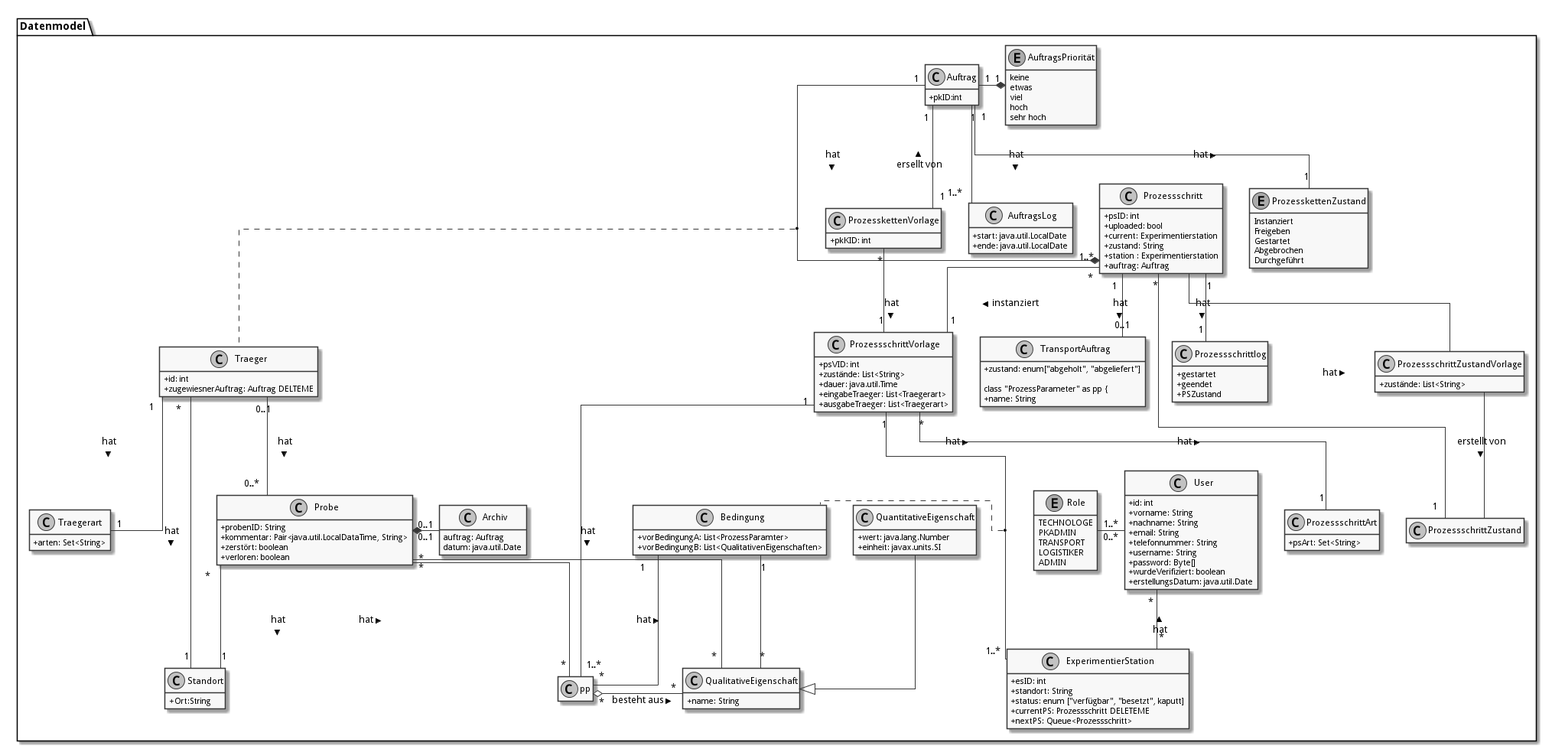
fkehlenb/softwareprojekt-2 keeps this PlantUML diagram as doc/UML/datenModel.png. Above is the earlier version. Source of this version:
```plantuml
@startuml
skinparam monochrome true
skinparam componentStyle uml2
skinparam linetype ortho
skinparam classAttributeIconSize 0


hide empty members

package Datenmodel {
  enum Role{
  TECHNOLOGE
  PKADMIN
  TRANSPORT
  LOGISTIKER
  ADMIN
}

class User {
  +id: int
  +vorname: String
  +nachname: String
  +email: String
  +telefonnummer: String
  +username: String
  +password: Byte[]
  +wurdeVerifiziert: boolean
  +erstellungsDatum: java.util.Date
}


class Probe {
  +probenID: String
  +kommentar: Pair<java.util.LocalDataTime, String>
  +zerstört: boolean
  +verloren: boolean
}


class Standort {
  +Ort:String
}

class Traeger {
  +id: int
  +zugewiesnerAuftrag: Auftrag DELTEME
}

class Traegerart {
  +arten: Set<String>
}

class Archiv {
auftrag: Auftrag
datum: java.util.Date
}

class "QualitativeEigenschaft" as qualE {
  +name: String
}

class "QuantitativeEigenschaft" as quantE {
  +wert: java.lang.Number
  +einheit: javax.units.SI
}

class "Prozessschritt" as ps {
  +psID: int
  +uploaded: bool
  +current: Experimentierstation
  +zustand: String
  +station : Experimentierstation
  +auftrag: Auftrag
}

class Prozessschrittlog {
  +gestartet
  +geendet
  +PSZustand
}

class ProzessschrittZustand {
}

class ProzessschrittZustandVorlage {
   +zustände: List<String>
}

class "ProzessschrittVorlage" as psV {
  +psVID: int
  +zustände: List<String>
  +dauer: java.util.Time
  +eingabeTraeger: List<Traegerart>
  +ausgabeTraeger: List<Traegerart>
}

class ProzessschrittArt {
  +psArt: Set<String>
}

 class TransportAuftrag {
   +zustand: enum["abgeholt", "abgeliefert"]

 class "ProzessParameter" as pp {
    +name: String
  }


class Auftrag {
  +pkID:int
}

class AuftragsLog {
  +start: java.util.LocalDate
  +ende: java.util.LocalDate
}


enum AuftragsPriorität {
keine
etwas
viel
hoch
sehr hoch
}

class "ProzesskettenVorlage" as pkV {
    +pkKID: int
}

enum "ProzesskettenZustand" as pkZ {
    Instanziert
    Freigeben
    Gestartet
    Abgebrochen
    Durchgeführt
}

class Bedingung {
  +vorBedingungA: List<ProzessParamter>
  +vorBedingungB: List<QualitativenEigenschaften>
}

class "ExperimentierStation" as es {
  +esID: int
  +standort: String
  +status: enum ["verfügbar", "besetzt", kaputt]
  +currentPS: Prozessschritt DELETEME
  +nextPS: Queue<Prozessschritt>
}



  User "0..*" -left- "1..*" Role
  User "*" -- "*" es: < hat


  Auftrag "1" -* "1" AuftragsPriorität
  Auftrag "1" -* "1..*" ps: hat >
  Auftrag "1"  -- "1..*" AuftragsLog: hat >
  Auftrag "1" -- "1" pkZ: hat >
  Auftrag "1" -- "1" pkV: < ersellt von

  (Auftrag, ps) .. Traeger


  ps "*" -- "1" psV: instanziert >
  ps "1"-- "1" Prozessschrittlog:  hat >
  ps "*" -- "1" ProzessschrittZustand: hat >
  ps "1" -- "0..1" TransportAuftrag: hat >


  psV "*" --  "1" ProzessschrittArt: hat >
  psV "1" -- "1..*" pp: hat >
  psV "1" --"1..*" es: hat >

  (psV, es) .. Bedingung

 ProzessschrittZustandVorlage -- ProzessschrittZustand: erstellt von >
 ps -- ProzessschrittZustandVorlage

 Traeger "1" -- "1" Traegerart: hat >
 Traeger "0..1" -- "0..*" Probe: hat >
 Traeger "*" -- "1" Standort: hat >

  pkV "*" -- "1" psV: hat >

  Bedingung "1" -- "*" pp
  Bedingung  "1" -- "*" qualE


  Probe "0..1" *- "0..1" Archiv
  Probe "*" -- "1" Standort: hat >
  Probe "*" -- "*" pp: hat >
  Probe "*" -- "*" qualE: hat >

  pp "*" o- "*" qualE: besteht aus >


  quantE --|> qualE

}
@enduml
```
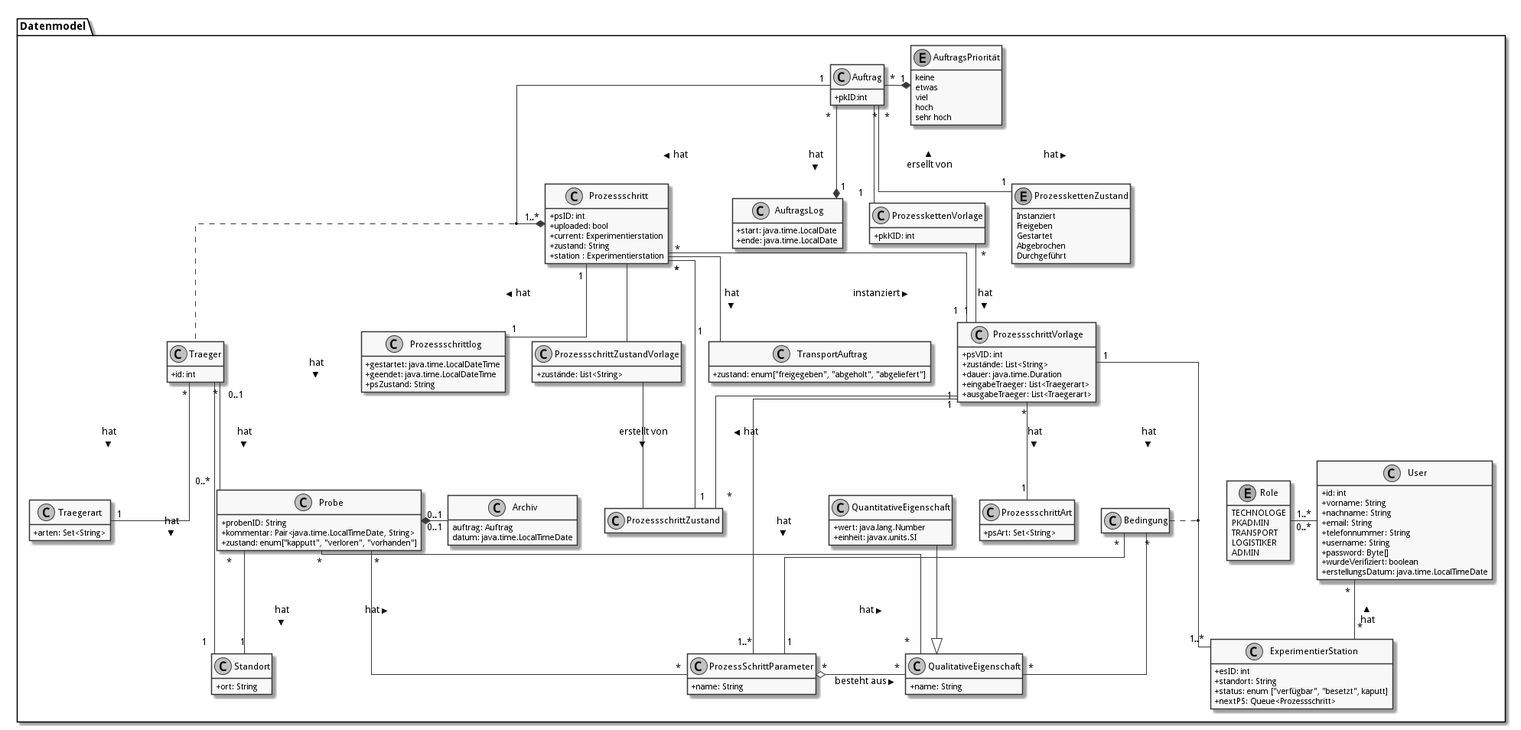
The same diagram one commit later.

Diff of the diagram source:
```diff
@@ -25,25 +25,22 @@
   +username: String
   +password: Byte[]
   +wurdeVerifiziert: boolean
-  +erstellungsDatum: java.util.Date
+  +erstellungsDatum: java.time.LocalTimeDate
 }
 
 
 class Probe {
   +probenID: String
-  +kommentar: Pair<java.util.LocalDataTime, String>
-  +zerstört: boolean
-  +verloren: boolean
+  +kommentar: Pair<java.time.LocalTimeDate, String>
+  +zustand: enum["kapputt", "verloren", "vorhanden"]
 }
 
-
 class Standort {
-  +Ort:String
+  +ort: String
 }
 
 class Traeger {
   +id: int
-  +zugewiesnerAuftrag: Auftrag DELTEME
 }
 
 class Traegerart {
@@ -52,7 +49,7 @@
 
 class Archiv {
 auftrag: Auftrag
-datum: java.util.Date
+datum: java.time.LocalTimeDate
 }
 
 class "QualitativeEigenschaft" as qualE {
@@ -70,13 +67,12 @@
   +current: Experimentierstation
   +zustand: String
   +station : Experimentierstation
-  +auftrag: Auftrag
 }
 
 class Prozessschrittlog {
-  +gestartet
-  +geendet
-  +PSZustand
+  +gestartet: java.time.LocalDateTime
+  +geendet: java.time.LocalDateTime
+  +psZustand: String
 }
 
 class ProzessschrittZustand {
@@ -89,7 +85,7 @@
 class "ProzessschrittVorlage" as psV {
   +psVID: int
   +zustände: List<String>
-  +dauer: java.util.Time
+  +dauer: java.time.Duration
   +eingabeTraeger: List<Traegerart>
   +ausgabeTraeger: List<Traegerart>
 }
@@ -99,9 +95,10 @@
 }
 
  class TransportAuftrag {
-   +zustand: enum["abgeholt", "abgeliefert"]
+   +zustand: enum["freigegeben", "abgeholt", "abgeliefert"]
+}
 
- class "ProzessParameter" as pp {
+ class "ProzessSchrittParameter" as pp {
     +name: String
   }
 
@@ -111,8 +108,8 @@
 }
 
 class AuftragsLog {
-  +start: java.util.LocalDate
-  +ende: java.util.LocalDate
+  +start: java.time.LocalDate
+  +ende: java.time.LocalDate
 }
 
 
@@ -137,15 +134,12 @@
 }
 
 class Bedingung {
-  +vorBedingungA: List<ProzessParamter>
-  +vorBedingungB: List<QualitativenEigenschaften>
 }
 
 class "ExperimentierStation" as es {
   +esID: int
   +standort: String
   +status: enum ["verfügbar", "besetzt", kaputt]
-  +currentPS: Prozessschritt DELETEME
   +nextPS: Queue<Prozessschritt>
 }
 
@@ -155,11 +149,11 @@
   User "*" -- "*" es: < hat
 
 
-  Auftrag "1" -* "1" AuftragsPriorität
+  Auftrag "*" -* "1" AuftragsPriorität
   Auftrag "1" -* "1..*" ps: hat >
-  Auftrag "1"  -- "1..*" AuftragsLog: hat >
-  Auftrag "1" -- "1" pkZ: hat >
-  Auftrag "1" -- "1" pkV: < ersellt von
+  Auftrag "*"  --* "1" AuftragsLog: hat >
+  Auftrag "*" -- "1" pkZ: hat >
+  Auftrag "*" -- "1" pkV: < ersellt von
 
   (Auftrag, ps) .. Traeger
 
@@ -167,26 +161,27 @@
   ps "*" -- "1" psV: instanziert >
   ps "1"-- "1" Prozessschrittlog:  hat >
   ps "*" -- "1" ProzessschrittZustand: hat >
-  ps "1" -- "0..1" TransportAuftrag: hat >
+  ps "*" -- "1" TransportAuftrag: hat >
 
 
   psV "*" --  "1" ProzessschrittArt: hat >
   psV "1" -- "1..*" pp: hat >
   psV "1" --"1..*" es: hat >
+  psV "1" -- "*" ProzessschrittZustand: hat >
 
   (psV, es) .. Bedingung
 
  ProzessschrittZustandVorlage -- ProzessschrittZustand: erstellt von >
  ps -- ProzessschrittZustandVorlage
 
- Traeger "1" -- "1" Traegerart: hat >
+ Traeger "*" -- "1" Traegerart: hat >
  Traeger "0..1" -- "0..*" Probe: hat >
  Traeger "*" -- "1" Standort: hat >
 
   pkV "*" -- "1" psV: hat >
 
-  Bedingung "1" -- "*" pp
-  Bedingung  "1" -- "*" qualE
+  Bedingung "*" -- "1" pp
+  Bedingung  "*" -- "*" qualE
 
 
   Probe "0..1" *- "0..1" Archiv
```
